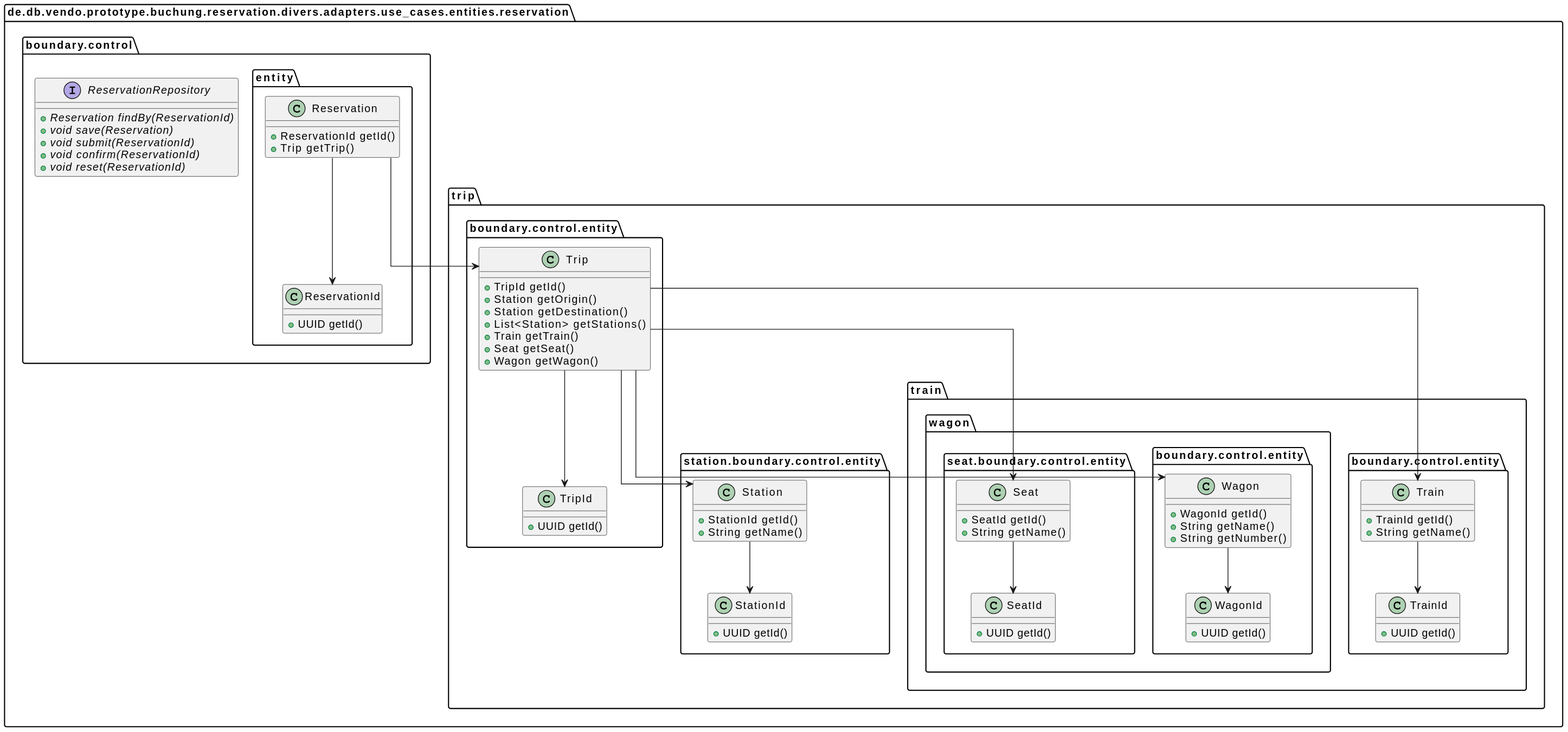
The PlantUML diagram doc/uml/svg/er-model.svg in punkratz312/reservation-proto, before a commit.
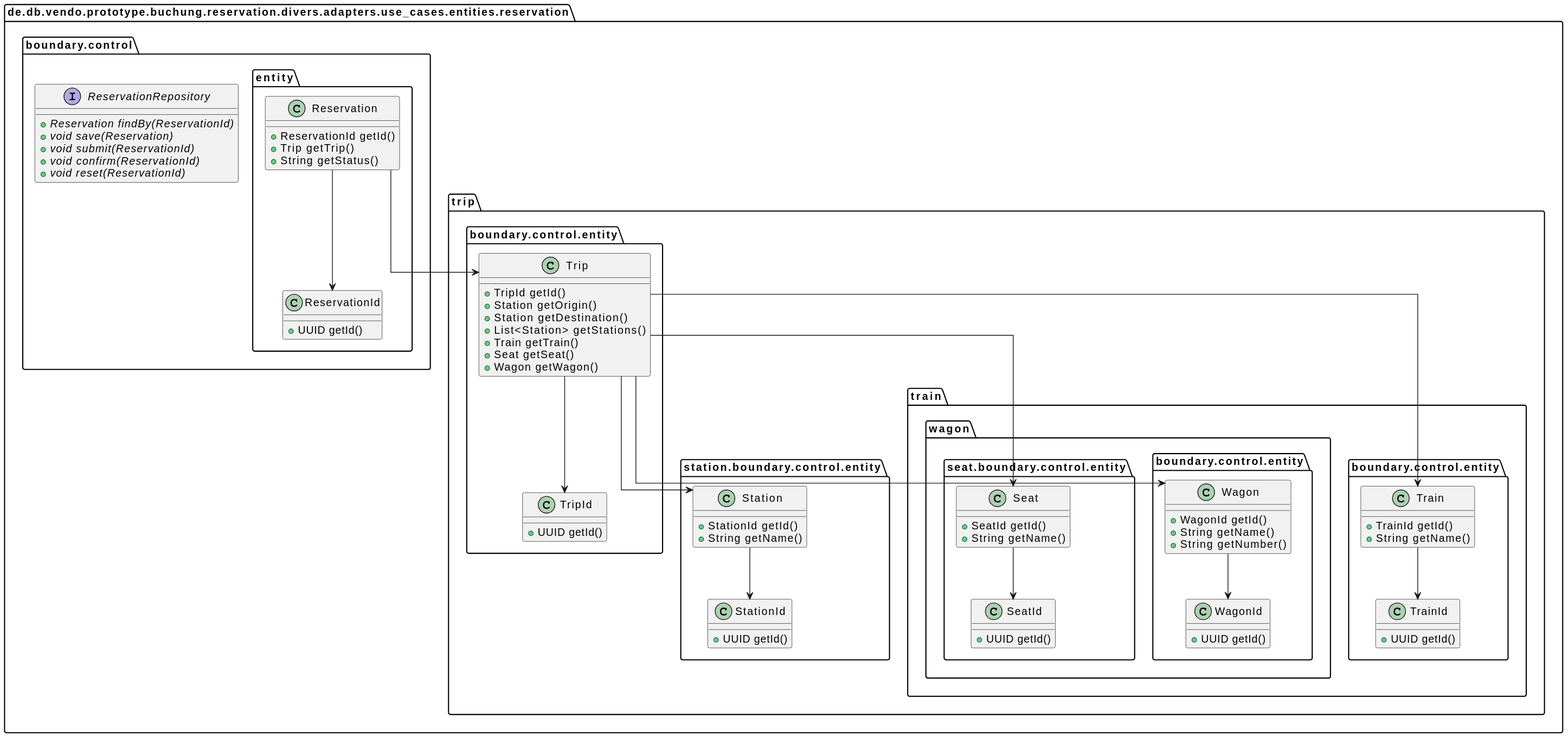
After the commit.

What changed in the source:
```diff
@@ -13,6 +13,7 @@
 class "Reservation" as de.db.vendo.prototype.buchung.reservation.divers.adapters.use_cases.entities.reservation.boundary.control.entity.Reservation {
   +ReservationId getId()
   +Trip getTrip()
+  +String getStatus()
 }
 class "ReservationId" as de.db.vendo.prototype.buchung.reservation.divers.adapters.use_cases.entities.reservation.boundary.control.entity.ReservationId {
   +UUID getId()
```
